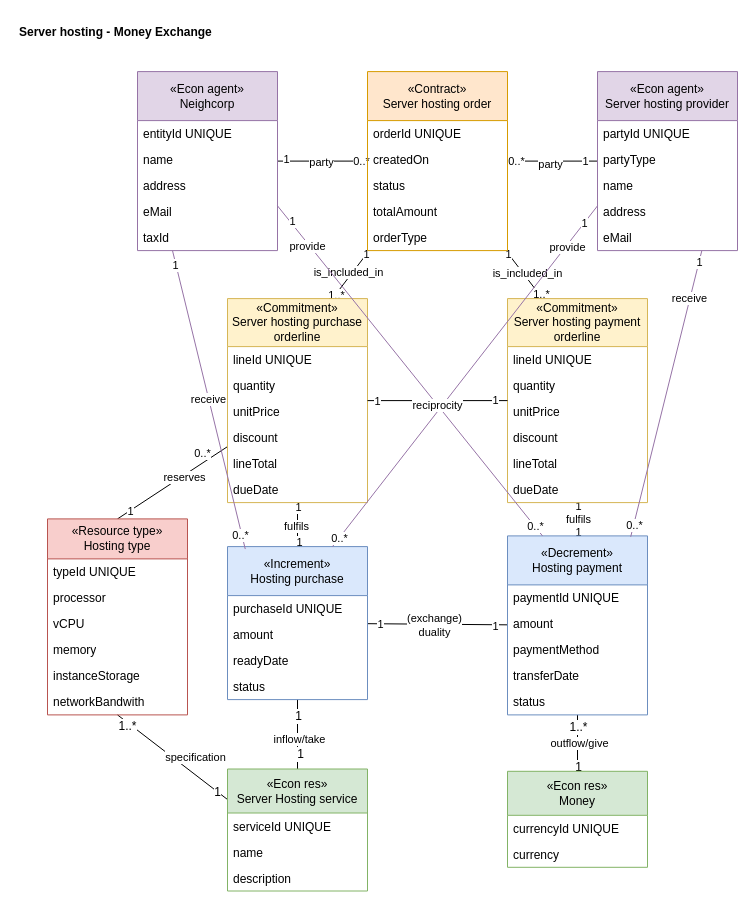
Earlier version of the draw.io diagram page "Server Hosting Exchange" (2 of 9) of media/IS1_Project_REA.drawio (tudwiglemmel/Neigh-Corp---Golden-Meadows). Source tidied: cells renumbered, new cells numbered last; positions are measured from the earlier drawing's top-left corner, leaving out a move shared by most shapes. Both pictures are drawn from the tidied source at 100%, with x=0, y=0 at pixel (17, 17).
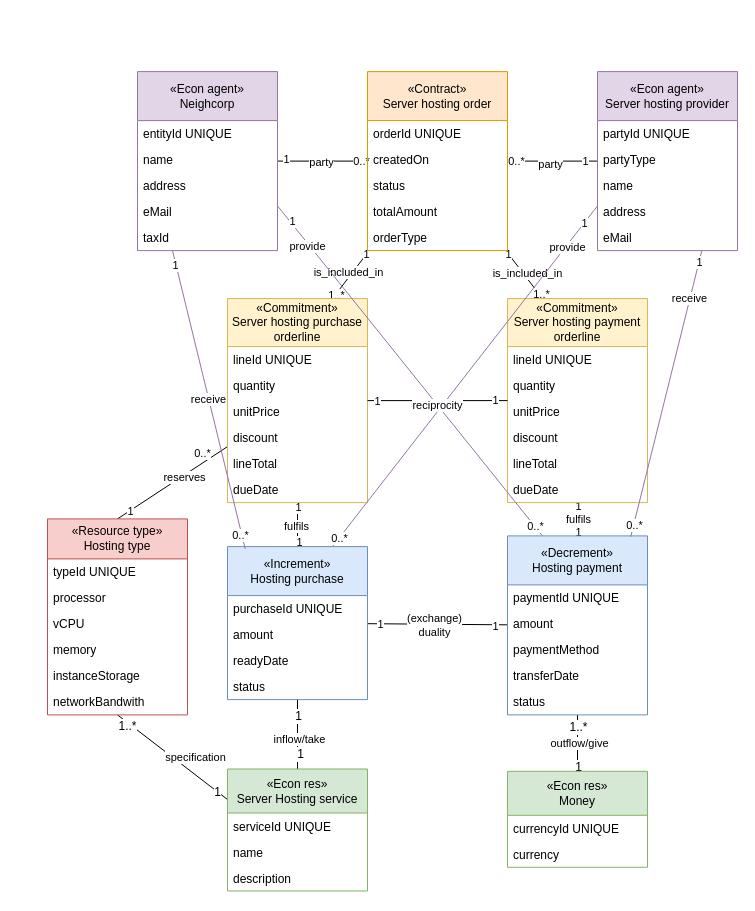
The same diagram, later.

Change to the diagram source:
```diff
@@
-    <mxCell id="118" value="Server hosting - Money Exchange" style="text;html=1;whiteSpace=wrap;strokeColor=none;fillColor=none;align=left;verticalAlign=middle;rounded=0;fontStyle=1;" parent="1" vertex="1">
-      <mxGeometry width="260" height="30" as="geometry" />
-    </mxCell>
```
